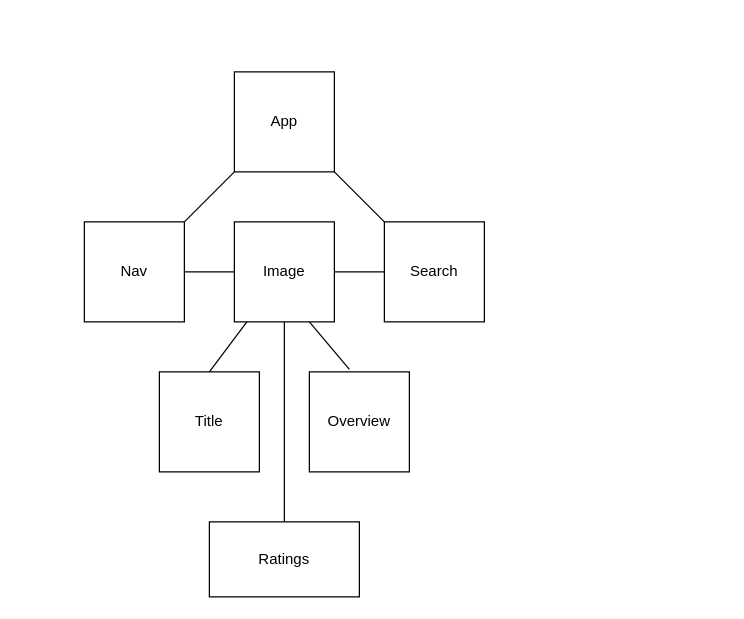
This is Untitled Diagram.drawio from EEDS90/Movie-App, a draw.io file, before an edit. Source tidied: cells renumbered, new cells numbered last; positions are measured from the earlier drawing's top-left corner, leaving out a move shared by most shapes. Both pictures are drawn from the tidied source at 125%, with x=0, y=0 at pixel (84, 71).
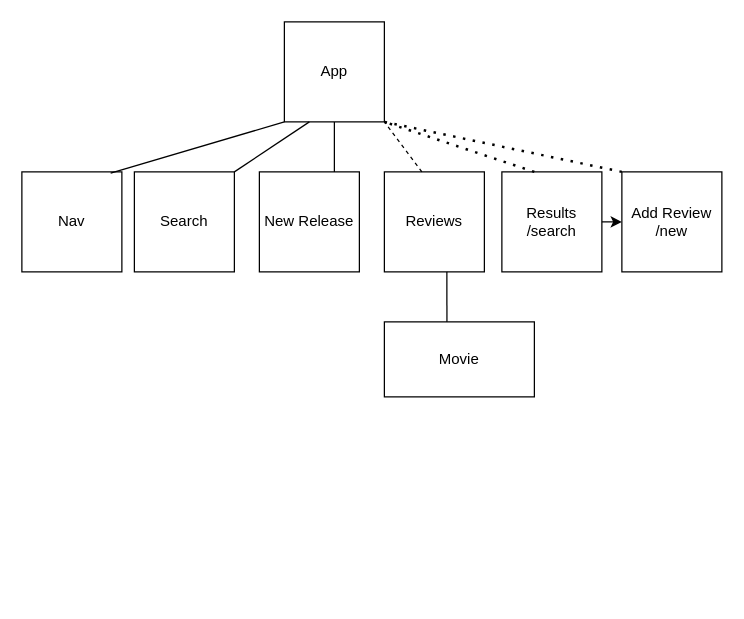
Above is the later version.

The edit, as a diff of the source:
```diff
@@
     <mxCell id="2" value="App" style="whiteSpace=wrap;html=1;" parent="1" vertex="1">
-      <mxGeometry x="120" width="80" height="80" as="geometry" />
+      <mxGeometry x="160" y="-40" width="80" height="80" as="geometry" />
     </mxCell>
     <mxCell id="3" value="Nav" style="whiteSpace=wrap;html=1;" parent="1" vertex="1">
-      <mxGeometry y="120" width="80" height="80" as="geometry" />
+      <mxGeometry x="-50" y="80" width="80" height="80" as="geometry" />
     </mxCell>
-    <mxCell id="4" value="Image" style="whiteSpace=wrap;html=1;" parent="1" vertex="1">
-      <mxGeometry x="120" y="120" width="80" height="80" as="geometry" />
+    <mxCell id="4" value="Results&lt;br&gt;/search" style="whiteSpace=wrap;html=1;" parent="1" vertex="1">
+      <mxGeometry x="334" y="80" width="80" height="80" as="geometry" />
     </mxCell>
     <mxCell id="5" value="Search" style="whiteSpace=wrap;html=1;" parent="1" vertex="1">
-      <mxGeometry x="240" y="120" width="80" height="80" as="geometry" />
+      <mxGeometry x="40" y="80" width="80" height="80" as="geometry" />
     </mxCell>
-    <mxCell id="6" value="Title" style="whiteSpace=wrap;html=1;" parent="1" vertex="1">
-      <mxGeometry x="60" y="240" width="80" height="80" as="geometry" />
+    <mxCell id="6" value="New Release&lt;br&gt;" style="whiteSpace=wrap;html=1;" parent="1" vertex="1">
+      <mxGeometry x="140" y="80" width="80" height="80" as="geometry" />
     </mxCell>
-    <mxCell id="7" value="Overview" style="whiteSpace=wrap;html=1;" parent="1" vertex="1">
-      <mxGeometry x="180" y="240" width="80" height="80" as="geometry" />
+    <mxCell id="7" value="Reviews" style="whiteSpace=wrap;html=1;" parent="1" vertex="1">
+      <mxGeometry x="240" y="80" width="80" height="80" as="geometry" />
     </mxCell>
-    <mxCell id="8" value="Ratings" style="rounded=0;whiteSpace=wrap;html=1;" parent="1" vertex="1">
-      <mxGeometry x="100" y="360" width="120" height="60" as="geometry" />
+    <mxCell id="8" value="Movie" style="rounded=0;whiteSpace=wrap;html=1;" parent="1" vertex="1">
+      <mxGeometry x="240" y="200" width="120" height="60" as="geometry" />
     </mxCell>
-    <mxCell id="9" style="endArrow=none;html=1;exitX=1;exitY=0;exitDx=0;exitDy=0;" parent="1" edge="1" source="3">
-      <mxGeometry relative="1" as="geometry">
-        <mxPoint x="120" y="80" as="targetPoint" />
-      </mxGeometry>
-    </mxCell>
-    <mxCell id="10" style="endArrow=none;html=1;exitX=1;exitY=1;exitDx=0;exitDy=0;" parent="1" edge="1" source="2">
-      <mxGeometry relative="1" as="geometry">
-        <mxPoint x="240" y="120" as="targetPoint" />
-      </mxGeometry>
-    </mxCell>
-    <mxCell id="11" style="endArrow=none;html=1;exitX=1;exitY=0.5;exitDx=0;exitDy=0;entryX=0;entryY=0.5;entryDx=0;entryDy=0;" parent="1" edge="1" source="3" target="4">
-      <mxGeometry relative="1" as="geometry" />
-    </mxCell>
-    <mxCell id="12" style="endArrow=none;html=1;exitX=1;exitY=0.5;exitDx=0;exitDy=0;" parent="1" edge="1" source="4">
-      <mxGeometry relative="1" as="geometry">
-        <mxPoint x="240" y="160" as="targetPoint" />
-      </mxGeometry>
-    </mxCell>
-    <mxCell id="13" style="endArrow=none;html=1;exitX=0.5;exitY=0;exitDx=0;exitDy=0;" parent="1" edge="1" source="6">
-      <mxGeometry relative="1" as="geometry">
-        <mxPoint x="130" y="200" as="targetPoint" />
-      </mxGeometry>
-    </mxCell>
-    <mxCell id="14" style="endArrow=none;html=1;exitX=0.4;exitY=-0.025;exitDx=0;exitDy=0;exitPerimeter=0;" parent="1" edge="1" source="7">
-      <mxGeometry relative="1" as="geometry">
-        <mxPoint x="180" y="200" as="targetPoint" />
-        <Array as="points">
-          <mxPoint x="180" y="200" />
-        </Array>
-      </mxGeometry>
-    </mxCell>
-    <mxCell id="15" style="endArrow=none;html=1;entryX=0.5;entryY=1;entryDx=0;entryDy=0;exitX=0.5;exitY=0;exitDx=0;exitDy=0;" parent="1" edge="1" source="8" target="4">
-      <mxGeometry relative="1" as="geometry" />
-    </mxCell>
+    <mxCell id="16" value="Add Review&lt;br&gt;/new" style="whiteSpace=wrap;html=1;" parent="1" vertex="1">
+      <mxGeometry x="430" y="80" width="80" height="80" as="geometry" />
+    </mxCell>
+    <mxCell id="17" style="endArrow=none;html=1;exitX=0.888;exitY=0.013;exitDx=0;exitDy=0;exitPerimeter=0;" parent="1" edge="1" source="3">
+      <mxGeometry relative="1" as="geometry">
+        <mxPoint x="160" y="40" as="targetPoint" />
+      </mxGeometry>
+    </mxCell>
+    <mxCell id="18" style="endArrow=none;html=1;exitX=1;exitY=0;exitDx=0;exitDy=0;" parent="1" edge="1" source="5">
+      <mxGeometry relative="1" as="geometry">
+        <mxPoint x="180" y="40" as="targetPoint" />
+      </mxGeometry>
+    </mxCell>
+    <mxCell id="19" style="endArrow=none;html=1;exitX=0.75;exitY=0;exitDx=0;exitDy=0;" parent="1" edge="1" source="6">
+      <mxGeometry relative="1" as="geometry">
+        <mxPoint x="200" y="40" as="targetPoint" />
+      </mxGeometry>
+    </mxCell>
+    <mxCell id="20" style="endArrow=none;dashed=1;html=1;entryX=1;entryY=1;entryDx=0;entryDy=0;" parent="1" edge="1" target="2">
+      <mxGeometry relative="1" as="geometry">
+        <mxPoint x="270" y="80" as="sourcePoint" />
+      </mxGeometry>
+    </mxCell>
+    <mxCell id="21" style="endArrow=none;dashed=1;html=1;dashPattern=1 3;strokeWidth=2;entryX=1;entryY=1;entryDx=0;entryDy=0;" parent="1" edge="1" target="2">
+      <mxGeometry relative="1" as="geometry">
+        <mxPoint x="360" y="80" as="sourcePoint" />
+      </mxGeometry>
+    </mxCell>
+    <mxCell id="22" style="endArrow=none;dashed=1;html=1;dashPattern=1 3;strokeWidth=2;entryX=1;entryY=1;entryDx=0;entryDy=0;" parent="1" edge="1" target="2">
+      <mxGeometry relative="1" as="geometry">
+        <mxPoint x="430" y="80" as="sourcePoint" />
+      </mxGeometry>
+    </mxCell>
+    <mxCell id="23" style="endArrow=classic;html=1;exitX=1;exitY=0.5;exitDx=0;exitDy=0;entryX=0;entryY=0.5;entryDx=0;entryDy=0;" parent="1" edge="1" source="4" target="16">
+      <mxGeometry relative="1" as="geometry" />
+    </mxCell>
+    <mxCell id="24" style="endArrow=none;html=1;exitX=0.417;exitY=0;exitDx=0;exitDy=0;exitPerimeter=0;" parent="1" edge="1" source="8">
+      <mxGeometry relative="1" as="geometry">
+        <mxPoint x="290" y="160" as="targetPoint" />
+      </mxGeometry>
+    </mxCell>
```
